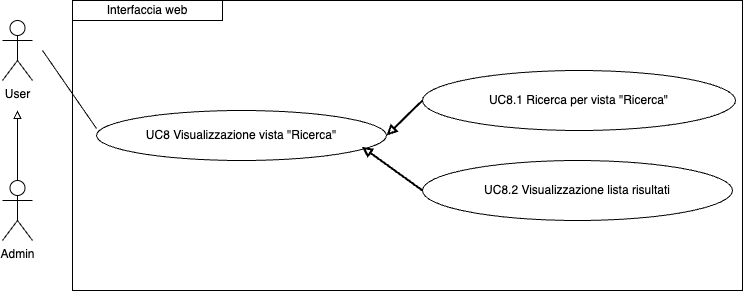
Before: imgs/Uml/UC8.png, a diagram exported from draw.io (ShameIRL/farmacode). Source tidied: cells renumbered, new cells last; positions are measured from the earlier drawing's top-left corner, leaving out a move shared by most shapes.
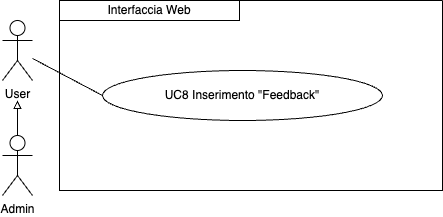
After the change.

What changed in the source:
```diff
@@ -2,42 +2,28 @@
   <root>
     <mxCell id="0" />
     <mxCell id="1" parent="0" />
-    <mxCell id="2" value="UC8.1 Ricerca per vista &quot;Ricerca&quot;" style="ellipse;whiteSpace=wrap;html=1;" parent="1" vertex="1">
-      <mxGeometry x="420" y="70" width="313" height="60" as="geometry" />
-    </mxCell>
-    <mxCell id="3" value="UC8.2 Visualizzazione lista risultati" style="ellipse;whiteSpace=wrap;html=1;" parent="1" vertex="1">
-      <mxGeometry x="420" y="160" width="310" height="60" as="geometry" />
-    </mxCell>
-    <mxCell id="4" value="UC8 Visualizzazione vista &quot;Ricerca&quot;" style="ellipse;whiteSpace=wrap;html=1;" parent="1" vertex="1">
-      <mxGeometry x="94" y="110" width="290" height="50" as="geometry" />
-    </mxCell>
-    <mxCell id="5" style="endArrow=none;html=1;rounded=0;entryX=0;entryY=0.36;entryDx=0;entryDy=0;entryPerimeter=0;" parent="1" edge="1" target="4">
-      <mxGeometry relative="1" as="geometry">
-        <mxPoint x="40" y="50" as="sourcePoint" />
-      </mxGeometry>
-    </mxCell>
-    <mxCell id="6" style="endArrow=none;html=1;rounded=0;entryX=0;entryY=0.5;entryDx=0;entryDy=0;startArrow=block;startFill=0;strokeWidth=2;exitX=1;exitY=0.5;exitDx=0;exitDy=0;" parent="1" edge="1" source="4" target="2">
-      <mxGeometry relative="1" as="geometry" />
-    </mxCell>
-    <mxCell id="7" style="endArrow=none;html=1;rounded=0;entryX=0;entryY=0.5;entryDx=0;entryDy=0;startArrow=block;startFill=0;strokeWidth=2;exitX=0.915;exitY=0.725;exitDx=0;exitDy=0;exitPerimeter=0;" parent="1" edge="1" source="4" target="3">
-      <mxGeometry relative="1" as="geometry" />
-    </mxCell>
-    <mxCell id="8" value="Interfaccia web" style="rounded=0;whiteSpace=wrap;html=1;" parent="1" vertex="1">
-      <mxGeometry x="70" width="150" height="20" as="geometry" />
-    </mxCell>
-    <mxCell id="9" style="edgeStyle=orthogonalEdgeStyle;rounded=0;jettySize=auto;html=1;exitX=0.5;exitY=0;exitDx=0;exitDy=0;exitPerimeter=0;endArrow=block;endFill=0;" parent="1" edge="1" source="10">
-      <mxGeometry relative="1" as="geometry">
-        <mxPoint x="15" y="110" as="targetPoint" />
-      </mxGeometry>
-    </mxCell>
+    <mxCell id="11" value="User" style="shape=umlActor;verticalLabelPosition=bottom;verticalAlign=top;html=1;outlineConnect=0;" parent="1" vertex="1">
+      <mxGeometry x="70" y="140" width="30" height="60" as="geometry" />
+    </mxCell>
+    <mxCell id="13" style="swimlane;startSize=0;" parent="1" vertex="1">
+      <mxGeometry x="127" y="120" width="383" height="190" as="geometry" />
+    </mxCell>
+    <mxCell id="14" value="Interfaccia Web" style="rounded=0;whiteSpace=wrap;html=1;" parent="13" vertex="1">
+      <mxGeometry width="180" height="20" as="geometry" />
+    </mxCell>
+    <mxCell id="15" value="UC8 Inserimento &quot;Feedback&quot;" style="ellipse;whiteSpace=wrap;html=1;" parent="13" vertex="1">
+      <mxGeometry x="43" y="70" width="280" height="50" as="geometry" />
+    </mxCell>
+    <mxCell id="16" style="edgeStyle=orthogonalEdgeStyle;rounded=0;jettySize=auto;html=1;exitX=0.5;exitY=0;exitDx=0;exitDy=0;exitPerimeter=0;endArrow=block;endFill=0;" parent="1" edge="1" source="10">
+      <mxGeometry relative="1" as="geometry">
+        <mxPoint x="85" y="220" as="targetPoint" />
+      </mxGeometry>
+    </mxCell>
     <mxCell id="10" value="Admin" style="shape=umlActor;verticalLabelPosition=bottom;verticalAlign=top;html=1;outlineConnect=0;" parent="1" vertex="1">
-      <mxGeometry y="180" width="30" height="60" as="geometry" />
+      <mxGeometry x="70" y="255" width="30" height="60" as="geometry" />
     </mxCell>
-    <mxCell id="11" value="User" style="shape=umlActor;verticalLabelPosition=bottom;verticalAlign=top;html=1;outlineConnect=0;" parent="1" vertex="1">
-      <mxGeometry y="20" width="30" height="60" as="geometry" />
-    </mxCell>
-    <mxCell id="12" style="rounded=0;whiteSpace=wrap;html=1;fillColor=none;" parent="1" vertex="1">
-      <mxGeometry x="70" width="670" height="290" as="geometry" />
-    </mxCell>
+    <mxCell id="17" style="endArrow=none;html=1;rounded=0;entryX=0;entryY=0.5;entryDx=0;entryDy=0;" parent="1" edge="1" source="11" target="15">
+      <mxGeometry relative="1" as="geometry" />
+    </mxCell>
   </root>
 </mxGraphModel>
```
